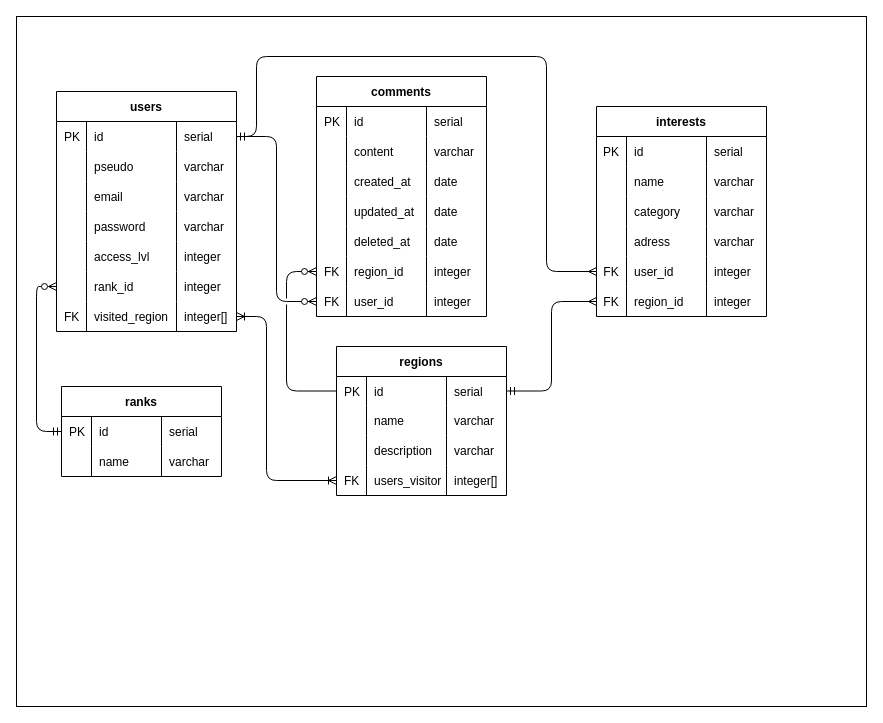
kevinbatard/japan_back keeps this draw.io diagram as conception/ERD.drawio. Above is the earlier version. Source tidied: cells renumbered, new cells numbered last; positions are measured from the earlier drawing's top-left corner, leaving out a move shared by most shapes. Both pictures are drawn from the tidied source at 100%, with x=0, y=0 at pixel (16, 16).
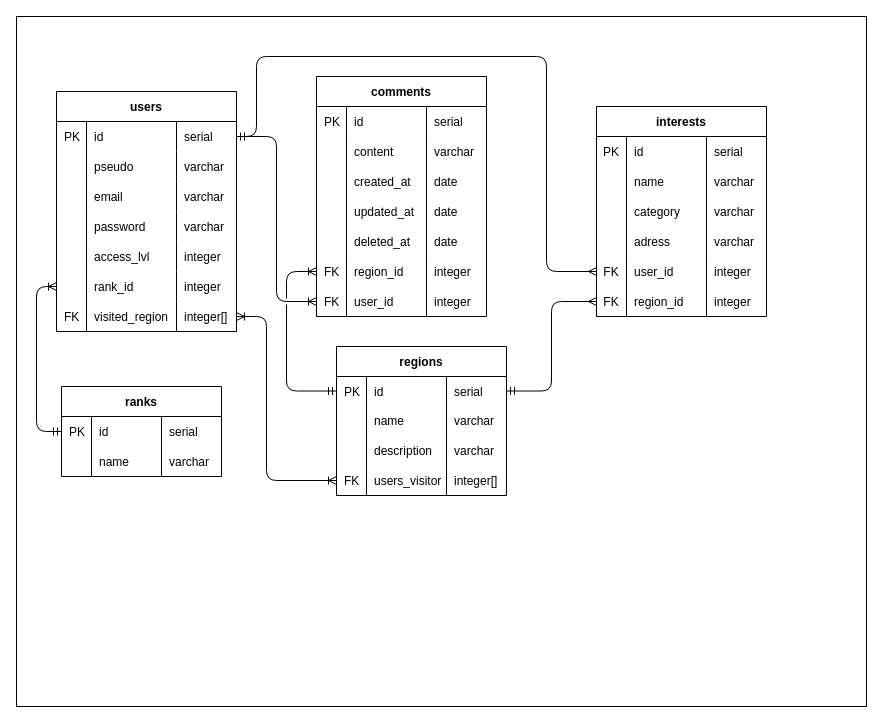
The same diagram, later.

Commit message (it also covers changes not shown here):
maj diagramme

Unchanged cells that the change refers to:
```xml
<mxCell id="4" style="shape=tableRow;horizontal=0;startSize=0;swimlaneHead=0;swimlaneBody=0;fillColor=none;points=[[0,0.5],[1,0.5]];portConstraint=eastwest;top=0;left=0;right=0;bottom=0;" parent="3" vertex="1">
  <mxGeometry y="30" width="180" height="30" as="geometry" />
</mxCell>
<mxCell id="24" style="shape=tableRow;horizontal=0;startSize=0;swimlaneHead=0;swimlaneBody=0;fillColor=none;points=[[0,0.5],[1,0.5]];portConstraint=eastwest;top=0;left=0;right=0;bottom=0;" parent="3" vertex="1">
  <mxGeometry y="180" width="180" height="30" as="geometry" />
</mxCell>
<mxCell id="33" style="shape=tableRow;horizontal=0;startSize=0;swimlaneHead=0;swimlaneBody=0;fillColor=none;points=[[0,0.5],[1,0.5]];portConstraint=eastwest;top=0;left=0;right=0;bottom=0;" parent="32" vertex="1">
  <mxGeometry y="30" width="170" height="29" as="geometry" />
</mxCell>
<mxCell id="70" style="shape=tableRow;horizontal=0;startSize=0;swimlaneHead=0;swimlaneBody=0;fillColor=none;points=[[0,0.5],[1,0.5]];portConstraint=eastwest;top=0;left=0;right=0;bottom=0;" parent="49" vertex="1">
  <mxGeometry y="180" width="170" height="30" as="geometry" />
</mxCell>
<mxCell id="74" style="shape=tableRow;horizontal=0;startSize=0;swimlaneHead=0;swimlaneBody=0;fillColor=none;points=[[0,0.5],[1,0.5]];portConstraint=eastwest;top=0;left=0;right=0;bottom=0;" parent="49" vertex="1">
  <mxGeometry y="210" width="170" height="30" as="geometry" />
</mxCell>
<mxCell id="79" style="shape=tableRow;horizontal=0;startSize=0;swimlaneHead=0;swimlaneBody=0;fillColor=none;points=[[0,0.5],[1,0.5]];portConstraint=eastwest;top=0;left=0;right=0;bottom=0;" parent="78" vertex="1">
  <mxGeometry y="30" width="160" height="30" as="geometry" />
</mxCell>
```

Diff of the diagram source:
```diff
@@
-    <mxCell id="87" style="edgeStyle=orthogonalEdgeStyle;fontSize=12;html=1;endArrow=ERzeroToMany;startArrow=ERmandOne;exitX=1;exitY=0.5;exitDx=0;exitDy=0;entryX=0;entryY=0.5;entryDx=0;entryDy=0;jumpStyle=gap;" parent="1" edge="1" source="4" target="74">
+    <mxCell id="87" style="edgeStyle=orthogonalEdgeStyle;fontSize=12;html=1;endArrow=ERoneToMany;startArrow=ERmandOne;exitX=1;exitY=0.5;exitDx=0;exitDy=0;entryX=0;entryY=0.5;entryDx=0;entryDy=0;jumpStyle=gap;endFill=0;" parent="1" edge="1" source="4" target="74">
       <mxGeometry relative="1" as="geometry" />
     </mxCell>
-    <mxCell id="88" style="edgeStyle=orthogonalEdgeStyle;fontSize=12;html=1;endArrow=ERzeroToMany;startArrow=none;entryX=0;entryY=0.5;entryDx=0;entryDy=0;startFill=0;exitX=0;exitY=0.5;exitDx=0;exitDy=0;shadow=0;jumpStyle=gap;" parent="1" edge="1" source="33" target="70">
+    <mxCell id="88" style="edgeStyle=orthogonalEdgeStyle;fontSize=12;html=1;endArrow=ERoneToMany;startArrow=ERmandOne;entryX=0;entryY=0.5;entryDx=0;entryDy=0;startFill=0;exitX=0;exitY=0.5;exitDx=0;exitDy=0;shadow=0;jumpStyle=gap;endFill=0;" parent="1" edge="1" source="33" target="70">
       <mxGeometry relative="1" as="geometry">
         <Array as="points">
           <mxPoint x="270" y="375" />
           <mxPoint x="270" y="255" />
         </Array>
       </mxGeometry>
     </mxCell>
@@
-    <mxCell id="116" style="fontSize=12;html=1;endArrow=ERzeroToMany;startArrow=ERmandOne;entryX=0;entryY=0.5;entryDx=0;entryDy=0;startFill=0;edgeStyle=orthogonalEdgeStyle;endFill=0;exitX=0;exitY=0.5;exitDx=0;exitDy=0;" parent="1" edge="1" source="79" target="24">
+    <mxCell id="116" style="fontSize=12;html=1;endArrow=ERoneToMany;startArrow=ERmandOne;entryX=0;entryY=0.5;entryDx=0;entryDy=0;startFill=0;edgeStyle=orthogonalEdgeStyle;endFill=0;exitX=0;exitY=0.5;exitDx=0;exitDy=0;" parent="1" edge="1" source="79" target="24">
       <mxGeometry relative="1" as="geometry">
         <Array as="points">
           <mxPoint x="20" y="415" />
           <mxPoint x="20" y="270" />
         </Array>
       </mxGeometry>
     </mxCell>
```
